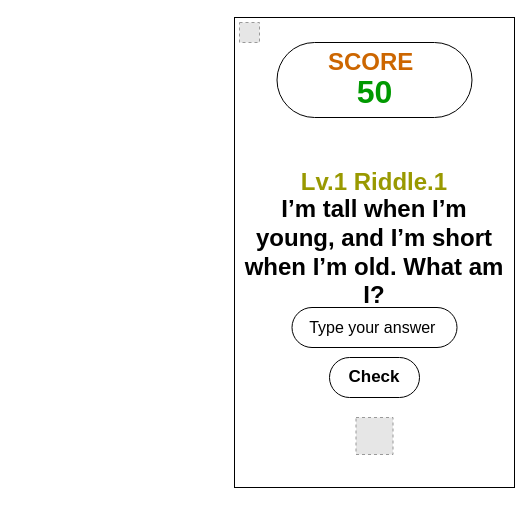
Above: Untitled Diagram.drawio in alizaid91/Tic-Tac-Toe-Game (draw.io), before the change. Source tidied: cells renumbered, new cells numbered last; positions are measured from the earlier drawing's top-left corner, leaving out a move shared by most shapes. Both pictures are drawn from the tidied source at 100%, with x=0, y=0 at pixel (234, 17). Pictures stored in the file or linked from it are replaced by grey dashed boxes.
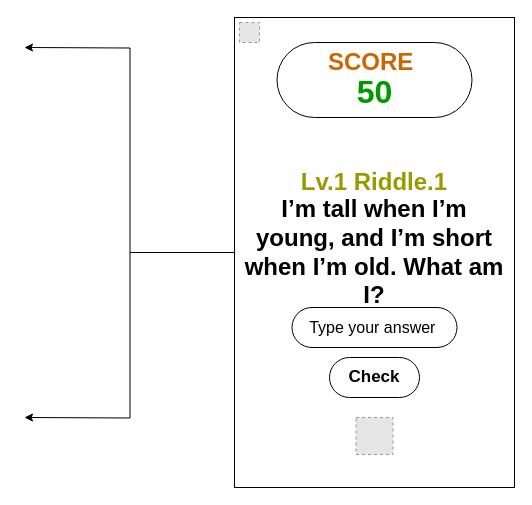
The same page after the edit.

Commit message:
Riddles game wire frame.drawio

What changed in the source:
```diff
@@
 <mxGraphModel>
   <root>
     <mxCell id="0" />
     <mxCell id="1" parent="0" />
+    <mxCell id="12" style="edgeStyle=orthogonalEdgeStyle;rounded=0;jettySize=auto;html=1;" parent="1" edge="1" source="2">
+      <mxGeometry relative="1" as="geometry">
+        <mxPoint x="-210" y="400" as="targetPoint" />
+      </mxGeometry>
+    </mxCell>
+    <mxCell id="13" style="edgeStyle=orthogonalEdgeStyle;rounded=0;jettySize=auto;html=1;" parent="1" edge="1" source="2">
+      <mxGeometry relative="1" as="geometry">
+        <mxPoint x="-210" y="30" as="targetPoint" />
+      </mxGeometry>
+    </mxCell>
     <mxCell id="2" style="rounded=0;whiteSpace=wrap;html=1;" parent="1" vertex="1">
       <mxGeometry width="280" height="470" as="geometry" />
     </mxCell>
     <mxCell id="3" value="I’m tall when I’m young, and I’m short when I’m old. What am I?" style="text;strokeColor=none;align=center;fillColor=none;html=1;verticalAlign=middle;whiteSpace=wrap;rounded=0;shadow=0;fillStyle=solid;fontSize=24;fontStyle=1;" parent="1" vertex="1">
       <mxGeometry x="5" y="208.8" width="270" height="52.5" as="geometry" />
     </mxCell>
     <mxCell id="4" value="Type your answer&amp;nbsp;" style="rounded=1;whiteSpace=wrap;html=1;arcSize=50;fontSize=16;fontStyle=0;" parent="1" vertex="1">
       <mxGeometry x="57.5" y="290" width="165" height="40" as="geometry" />
     </mxCell>
     <mxCell id="5" value="Check" style="rounded=1;whiteSpace=wrap;html=1;labelPosition=center;verticalLabelPosition=middle;align=center;verticalAlign=middle;glass=0;fontStyle=1;fontSize=17;arcSize=50;" parent="1" vertex="1">
       <mxGeometry x="95" y="340" width="90" height="40" as="geometry" />
     </mxCell>
     <mxCell id="6" value="Lv.1 Riddle.1" style="text;strokeColor=none;align=center;fillColor=none;html=1;verticalAlign=middle;whiteSpace=wrap;rounded=0;fontSize=24;fontStyle=1;fontColor=#999900;" parent="1" vertex="1">
       <mxGeometry x="45" y="150" width="190" height="30" as="geometry" />
     </mxCell>
     <mxCell id="7" style="fillColor=#E6E6E6;strokeColor=#999999;dashed=1;html=1;verticalAlign=top;verticalLabelPosition=bottom;labelBackgroundColor=#ffffff;" parent="1" vertex="1">
       <mxGeometry x="121.5" y="400" width="37" height="37" as="geometry" />
     </mxCell>
     <mxCell id="8" style="rounded=1;whiteSpace=wrap;html=1;arcSize=50;" parent="1" vertex="1">
       <mxGeometry x="42.5" y="25" width="195" height="75" as="geometry" />
     </mxCell>
     <mxCell id="9" value="SCORE&amp;nbsp;" style="text;strokeColor=none;align=center;fillColor=none;html=1;verticalAlign=middle;whiteSpace=wrap;rounded=0;fontSize=24;fontStyle=1;fontColor=#CC6600;" parent="1" vertex="1">
       <mxGeometry x="110" y="25" width="60" height="40" as="geometry" />
     </mxCell>
     <mxCell id="10" value="50" style="text;strokeColor=none;align=center;fillColor=none;html=1;verticalAlign=middle;rounded=0;fontSize=32;fontStyle=1;fontColor=#009900;fontFamily=Helvetica;labelBackgroundColor=default;" parent="1" vertex="1">
       <mxGeometry x="110" y="60" width="60" height="30" as="geometry" />
     </mxCell>
     <mxCell id="11" style="fillColor=#E6E6E6;strokeColor=#999999;dashed=1;html=1;verticalAlign=top;verticalLabelPosition=bottom;labelBackgroundColor=#ffffff;" parent="1" vertex="1">
       <mxGeometry x="5" y="5" width="20" height="20" as="geometry" />
     </mxCell>
   </root>
 </mxGraphModel>
```
